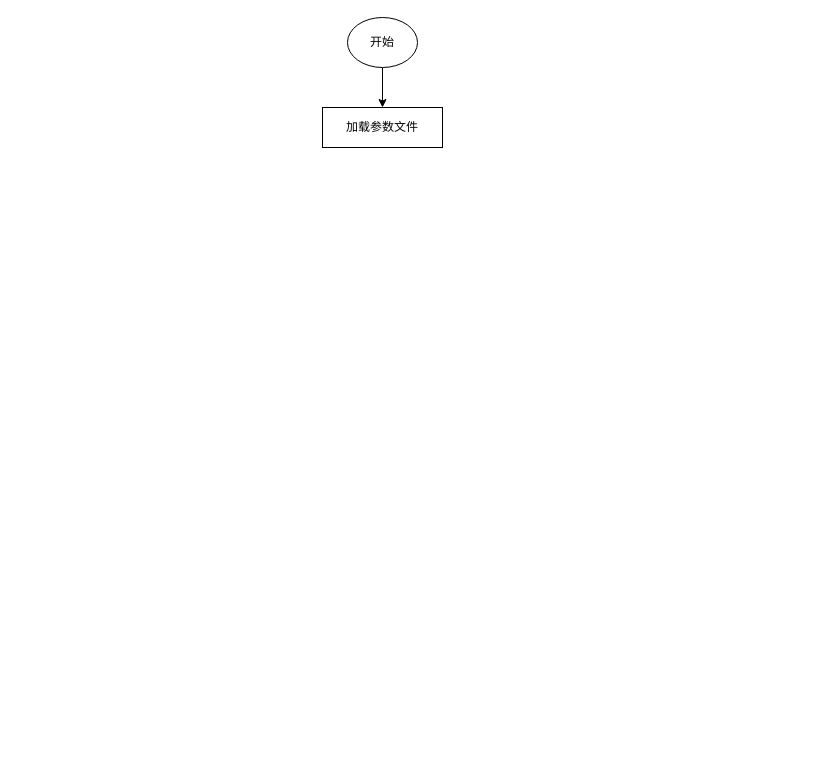
The draw.io diagram python-tmsh-generator.drawio in kylinsoong/pics, before the edit. Source tidied: cells renumbered, new cells numbered last; positions are measured from the earlier drawing's top-left corner, leaving out a move shared by most shapes. Both pictures are drawn from the tidied source at 100%, with x=0, y=0 at pixel (322, 17).
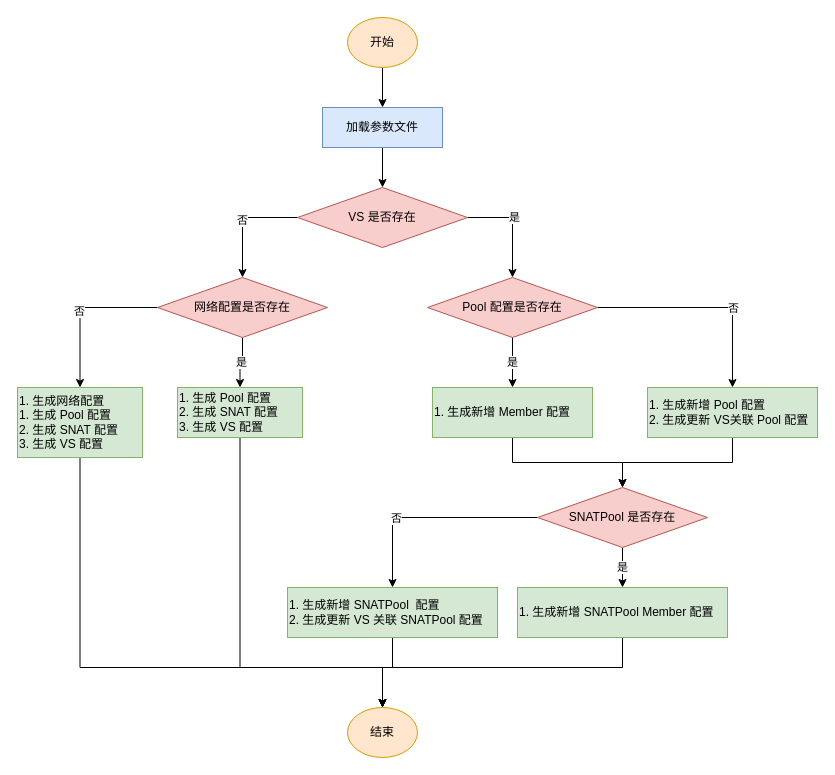
Above is the later version.

Diff of the diagram source:
```diff
@@
-    <mxCell id="3" value="开始" style="ellipse;whiteSpace=wrap;html=1;" parent="1" vertex="1">
+    <mxCell id="3" value="开始" style="ellipse;whiteSpace=wrap;html=1;fillColor=#ffe6cc;strokeColor=#d79b00;" parent="1" vertex="1">
       <mxGeometry x="25" width="70" height="50" as="geometry" />
     </mxCell>
+    <mxCell id="5" style="edgeStyle=orthogonalEdgeStyle;rounded=0;jettySize=auto;html=1;exitX=0.5;exitY=1;exitDx=0;exitDy=0;entryX=0.5;entryY=0;entryDx=0;entryDy=0;" parent="1" edge="1" source="4" target="9">
+      <mxGeometry relative="1" as="geometry" />
+    </mxCell>
-    <mxCell id="4" value="加载参数文件" style="rounded=0;whiteSpace=wrap;html=1;" parent="1" vertex="1">
+    <mxCell id="4" value="加载参数文件" style="rounded=0;whiteSpace=wrap;html=1;fillColor=#dae8fc;strokeColor=#6c8ebf;" parent="1" vertex="1">
       <mxGeometry y="90" width="120" height="40" as="geometry" />
     </mxCell>
+    <mxCell id="6" value="否" style="edgeStyle=orthogonalEdgeStyle;rounded=0;jettySize=auto;html=1;exitX=0;exitY=0.5;exitDx=0;exitDy=0;entryX=0.5;entryY=0;entryDx=0;entryDy=0;" parent="1" edge="1" source="9" target="13">
+      <mxGeometry relative="1" as="geometry" />
+    </mxCell>
+    <mxCell id="7" style="edgeStyle=orthogonalEdgeStyle;rounded=0;jettySize=auto;html=1;exitX=1;exitY=0.5;exitDx=0;exitDy=0;" parent="1" edge="1" source="9" target="17">
+      <mxGeometry relative="1" as="geometry" />
+    </mxCell>
+    <mxCell id="8" value="是" style="edgeLabel;html=1;align=center;verticalAlign=middle;" parent="7" vertex="1">
+      <mxGeometry x="-0.14" y="1" relative="1" as="geometry">
+        <mxPoint y="-1" as="offset" />
+      </mxGeometry>
+    </mxCell>
+    <mxCell id="9" value="VS 是否存在" style="rhombus;whiteSpace=wrap;html=1;fillColor=#f8cecc;strokeColor=#b85450;" parent="1" vertex="1">
+      <mxGeometry x="-25" y="170" width="170" height="60" as="geometry" />
+    </mxCell>
+    <mxCell id="10" value="是" style="edgeStyle=orthogonalEdgeStyle;rounded=0;jettySize=auto;html=1;exitX=0.5;exitY=1;exitDx=0;exitDy=0;entryX=0.5;entryY=0;entryDx=0;entryDy=0;" parent="1" edge="1" source="13" target="19">
+      <mxGeometry relative="1" as="geometry" />
+    </mxCell>
+    <mxCell id="11" style="edgeStyle=orthogonalEdgeStyle;rounded=0;jettySize=auto;html=1;exitX=0;exitY=0.5;exitDx=0;exitDy=0;entryX=0.5;entryY=0;entryDx=0;entryDy=0;" parent="1" edge="1" source="13" target="21">
+      <mxGeometry relative="1" as="geometry" />
+    </mxCell>
+    <mxCell id="12" value="否" style="edgeLabel;html=1;align=center;verticalAlign=middle;" parent="11" vertex="1">
+      <mxGeometry x="0.02" y="-1" relative="1" as="geometry">
+        <mxPoint y="1" as="offset" />
+      </mxGeometry>
+    </mxCell>
+    <mxCell id="13" value="网络配置是否存在" style="rhombus;whiteSpace=wrap;html=1;fillColor=#f8cecc;strokeColor=#b85450;" parent="1" vertex="1">
+      <mxGeometry x="-165" y="260" width="170" height="60" as="geometry" />
+    </mxCell>
+    <mxCell id="14" value="是" style="edgeStyle=orthogonalEdgeStyle;rounded=0;jettySize=auto;html=1;exitX=0.5;exitY=1;exitDx=0;exitDy=0;" parent="1" edge="1" source="17" target="23">
+      <mxGeometry relative="1" as="geometry" />
+    </mxCell>
+    <mxCell id="15" style="edgeStyle=orthogonalEdgeStyle;rounded=0;jettySize=auto;html=1;exitX=1;exitY=0.5;exitDx=0;exitDy=0;" parent="1" edge="1" source="17" target="25">
+      <mxGeometry relative="1" as="geometry" />
+    </mxCell>
+    <mxCell id="16" value="否" style="edgeLabel;html=1;align=center;verticalAlign=middle;" parent="15" vertex="1">
+      <mxGeometry x="0.26" relative="1" as="geometry" />
+    </mxCell>
+    <mxCell id="17" value="Pool 配置是否存在" style="rhombus;whiteSpace=wrap;html=1;fillColor=#f8cecc;strokeColor=#b85450;" parent="1" vertex="1">
+      <mxGeometry x="105" y="260" width="170" height="60" as="geometry" />
+    </mxCell>
+    <mxCell id="18" style="edgeStyle=orthogonalEdgeStyle;rounded=0;jettySize=auto;html=1;exitX=0.5;exitY=1;exitDx=0;exitDy=0;entryX=0.5;entryY=0;entryDx=0;entryDy=0;" parent="1" edge="1" source="19" target="34">
+      <mxGeometry relative="1" as="geometry">
+        <Array as="points">
+          <mxPoint x="-82" y="650" />
+          <mxPoint x="60" y="650" />
+        </Array>
+      </mxGeometry>
+    </mxCell>
+    <mxCell id="19" value="&lt;div style=&quot;&quot;&gt;&lt;span style=&quot;background-color: initial;&quot;&gt;1. 生成 Pool 配置&lt;/span&gt;&lt;/div&gt;2. 生成 SNAT 配置&lt;br&gt;3. 生成 VS 配置" style="rounded=0;whiteSpace=wrap;html=1;align=left;fillColor=#d5e8d4;strokeColor=#82b366;" parent="1" vertex="1">
+      <mxGeometry x="-145" y="370" width="125" height="50" as="geometry" />
+    </mxCell>
+    <mxCell id="20" style="edgeStyle=orthogonalEdgeStyle;rounded=0;jettySize=auto;html=1;exitX=0.5;exitY=1;exitDx=0;exitDy=0;" parent="1" edge="1" source="21" target="34">
+      <mxGeometry relative="1" as="geometry">
+        <Array as="points">
+          <mxPoint x="-242" y="650" />
+          <mxPoint x="60" y="650" />
+        </Array>
+      </mxGeometry>
+    </mxCell>
+    <mxCell id="21" value="&lt;div style=&quot;&quot;&gt;&lt;span style=&quot;background-color: initial;&quot;&gt;1. 生成网络配置&lt;/span&gt;&lt;/div&gt;&lt;div style=&quot;&quot;&gt;&lt;span style=&quot;background-color: initial;&quot;&gt;1. 生成 Pool 配置&lt;/span&gt;&lt;/div&gt;2. 生成 SNAT 配置&lt;br&gt;3. 生成 VS 配置" style="rounded=0;whiteSpace=wrap;html=1;align=left;fillColor=#d5e8d4;strokeColor=#82b366;" parent="1" vertex="1">
+      <mxGeometry x="-305" y="370" width="125" height="70" as="geometry" />
+    </mxCell>
+    <mxCell id="22" style="edgeStyle=orthogonalEdgeStyle;rounded=0;jettySize=auto;html=1;exitX=0.5;exitY=1;exitDx=0;exitDy=0;entryX=0.5;entryY=0;entryDx=0;entryDy=0;" parent="1" edge="1" source="23" target="29">
+      <mxGeometry relative="1" as="geometry" />
+    </mxCell>
+    <mxCell id="23" value="&lt;div style=&quot;&quot;&gt;&lt;span style=&quot;background-color: initial;&quot;&gt;1. 生成新增 Member 配置&lt;/span&gt;&lt;/div&gt;" style="rounded=0;whiteSpace=wrap;html=1;align=left;fillColor=#d5e8d4;strokeColor=#82b366;" parent="1" vertex="1">
+      <mxGeometry x="110" y="370" width="160" height="50" as="geometry" />
+    </mxCell>
+    <mxCell id="24" style="edgeStyle=orthogonalEdgeStyle;rounded=0;jettySize=auto;html=1;exitX=0.5;exitY=1;exitDx=0;exitDy=0;entryX=0.5;entryY=0;entryDx=0;entryDy=0;" parent="1" edge="1" source="25" target="29">
+      <mxGeometry relative="1" as="geometry" />
+    </mxCell>
+    <mxCell id="25" value="&lt;div style=&quot;&quot;&gt;&lt;span style=&quot;background-color: initial;&quot;&gt;1. 生成新增 Pool 配置&lt;/span&gt;&lt;/div&gt;&lt;div style=&quot;&quot;&gt;&lt;span style=&quot;background-color: initial;&quot;&gt;2. 生成更新 VS关联 Pool 配置&lt;/span&gt;&lt;/div&gt;" style="rounded=0;whiteSpace=wrap;html=1;align=left;fillColor=#d5e8d4;strokeColor=#82b366;" parent="1" vertex="1">
+      <mxGeometry x="325" y="370" width="170" height="50" as="geometry" />
+    </mxCell>
+    <mxCell id="26" value="是" style="edgeStyle=orthogonalEdgeStyle;rounded=0;jettySize=auto;html=1;exitX=0.5;exitY=1;exitDx=0;exitDy=0;entryX=0.5;entryY=0;entryDx=0;entryDy=0;" parent="1" edge="1" source="29" target="31">
+      <mxGeometry relative="1" as="geometry" />
+    </mxCell>
+    <mxCell id="27" style="edgeStyle=orthogonalEdgeStyle;rounded=0;jettySize=auto;html=1;exitX=0;exitY=0.5;exitDx=0;exitDy=0;entryX=0.5;entryY=0;entryDx=0;entryDy=0;" parent="1" edge="1" source="29" target="33">
+      <mxGeometry relative="1" as="geometry" />
+    </mxCell>
+    <mxCell id="28" value="否" style="edgeLabel;html=1;align=center;verticalAlign=middle;" parent="27" vertex="1">
+      <mxGeometry x="0.35" y="3" relative="1" as="geometry" />
+    </mxCell>
+    <mxCell id="29" value="SNATPool 是否存在" style="rhombus;whiteSpace=wrap;html=1;fillColor=#f8cecc;strokeColor=#b85450;" parent="1" vertex="1">
+      <mxGeometry x="215" y="470" width="170" height="60" as="geometry" />
+    </mxCell>
+    <mxCell id="30" style="edgeStyle=orthogonalEdgeStyle;rounded=0;jettySize=auto;html=1;exitX=0.5;exitY=1;exitDx=0;exitDy=0;" parent="1" edge="1" source="31" target="34">
+      <mxGeometry relative="1" as="geometry">
+        <Array as="points">
+          <mxPoint x="300" y="650" />
+          <mxPoint x="60" y="650" />
+        </Array>
+      </mxGeometry>
+    </mxCell>
+    <mxCell id="31" value="&lt;div style=&quot;&quot;&gt;&lt;span style=&quot;background-color: initial;&quot;&gt;1. 生成新增 SNATPool Member 配置&lt;/span&gt;&lt;/div&gt;" style="rounded=0;whiteSpace=wrap;html=1;align=left;fillColor=#d5e8d4;strokeColor=#82b366;" parent="1" vertex="1">
+      <mxGeometry x="195" y="570" width="210" height="50" as="geometry" />
+    </mxCell>
+    <mxCell id="32" style="edgeStyle=orthogonalEdgeStyle;rounded=0;jettySize=auto;html=1;exitX=0.5;exitY=1;exitDx=0;exitDy=0;entryX=0.5;entryY=0;entryDx=0;entryDy=0;" parent="1" edge="1" source="33" target="34">
+      <mxGeometry relative="1" as="geometry">
+        <Array as="points">
+          <mxPoint x="70" y="650" />
+          <mxPoint x="60" y="650" />
+        </Array>
+      </mxGeometry>
+    </mxCell>
+    <mxCell id="33" value="&lt;div style=&quot;&quot;&gt;&lt;span style=&quot;background-color: initial;&quot;&gt;1. 生成新增 SNATPool&amp;nbsp; 配置&lt;/span&gt;&lt;/div&gt;&lt;div style=&quot;&quot;&gt;&lt;span style=&quot;background-color: initial;&quot;&gt;2. 生成更新 VS 关联 SNATPool 配置&lt;/span&gt;&lt;/div&gt;" style="rounded=0;whiteSpace=wrap;html=1;align=left;fillColor=#d5e8d4;strokeColor=#82b366;" parent="1" vertex="1">
+      <mxGeometry x="-35" y="570" width="210" height="50" as="geometry" />
+    </mxCell>
+    <mxCell id="34" value="结束" style="ellipse;whiteSpace=wrap;html=1;fillColor=#ffe6cc;strokeColor=#d79b00;" parent="1" vertex="1">
+      <mxGeometry x="25" y="690" width="70" height="50" as="geometry" />
+    </mxCell>
```
